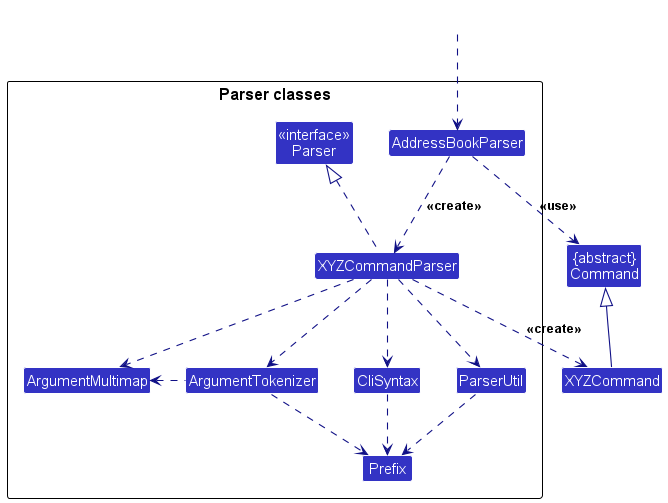
Earlier version of the PlantUML export docs/images/ParserClasses.png (nus-cs2103-AY2425S1/tp).
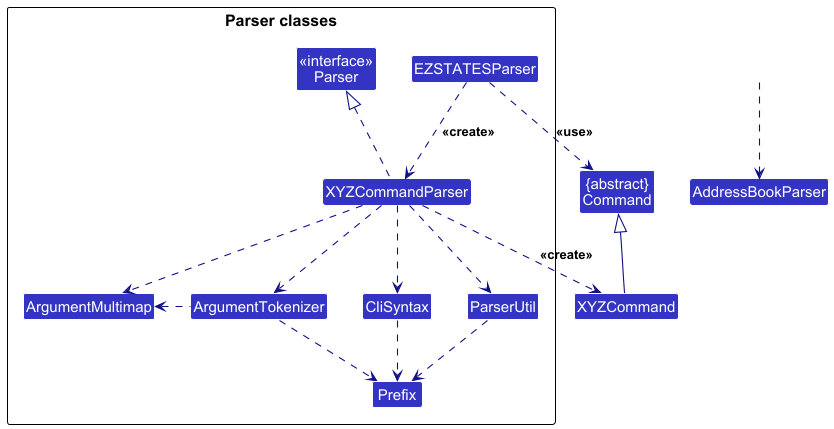
Later version of the same file.

What changed in the source:
```diff
@@ -9,7 +9,7 @@
 
 package "Parser classes"{
 Class "<<interface>>\nParser" as Parser
-Class AddressBookParser
+Class EZSTATESParser
 Class XYZCommandParser
 Class CliSyntax
 Class ParserUtil
@@ -21,10 +21,10 @@
 Class HiddenOutside #FFFFFF
 HiddenOutside ..> AddressBookParser
 
-AddressBookParser .down.> XYZCommandParser: <<create>>
+EZSTATESParser .down.> XYZCommandParser: <<create>>
 
 XYZCommandParser ..> XYZCommand : <<create>>
-AddressBookParser ..> Command : <<use>>
+EZSTATESParser ..> Command : <<use>>
 XYZCommandParser .up.|> Parser
 XYZCommandParser ..> ArgumentMultimap
 XYZCommandParser ..> ArgumentTokenizer
```
